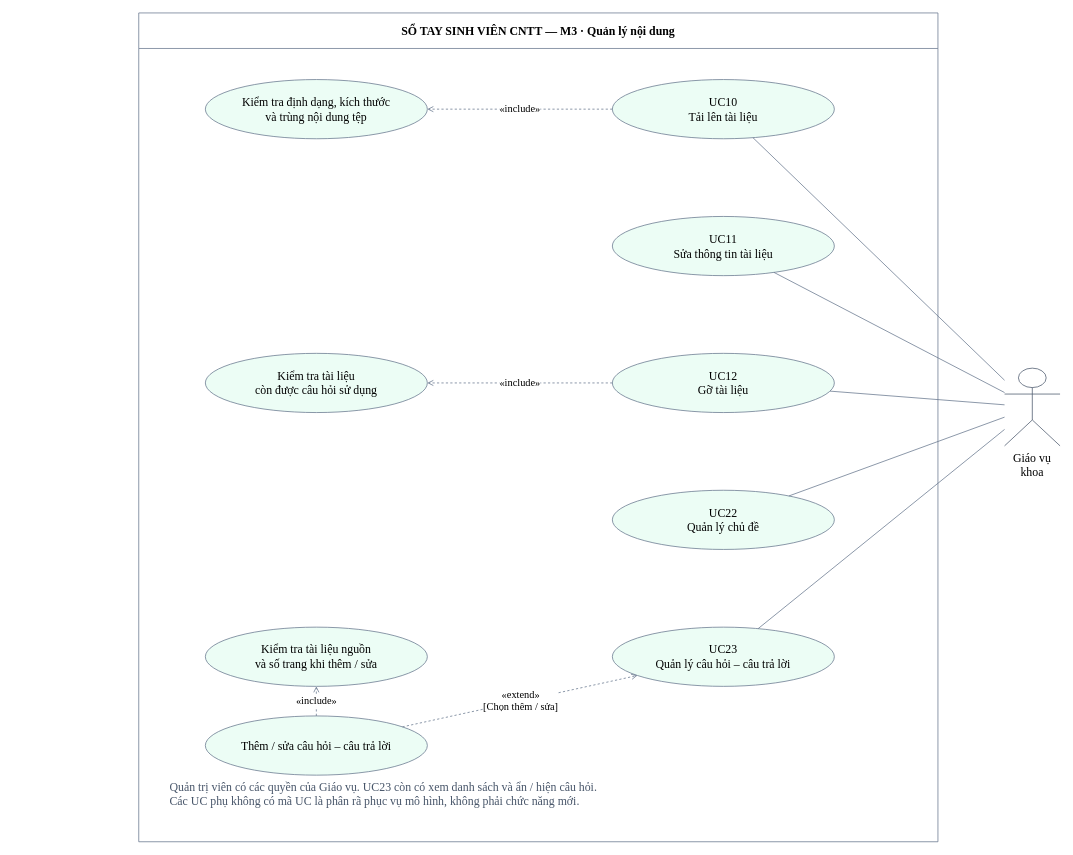
Before: page "M3 · Quản lý nội dung" (4 of 79) of docs/diagrams/so-do-he-thong.drawio in hominhduc-dev/So-Tay-Sinh-Vien-CNTT-DAU, a draw.io diagram. Source tidied: cells renumbered, new cells numbered last; positions are measured from the earlier drawing's top-left corner, leaving out a move shared by most shapes. Both pictures are drawn from the tidied source at 74%, with x=0, y=0 at pixel (138, 13).
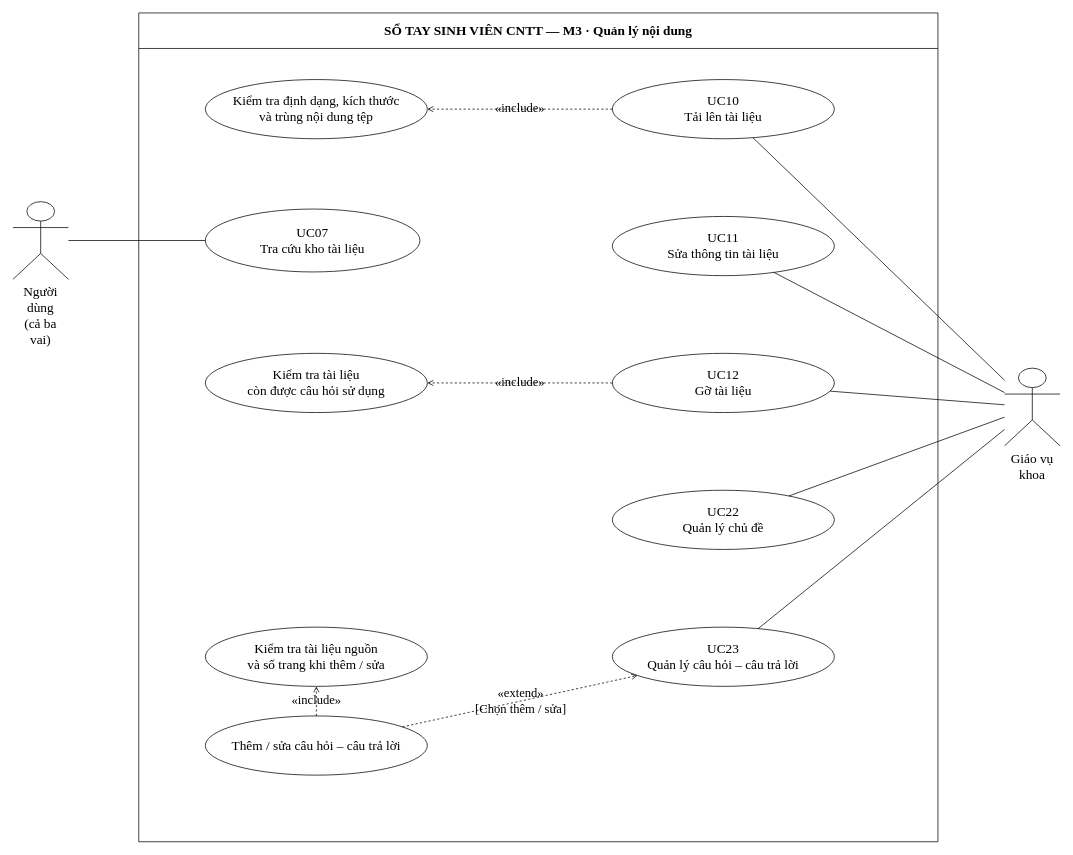
After the change.

Commit message (it also covers changes not shown here):
Hoàn thiện tài liệu: soát báo cáo, dọn tài liệu lỗi thời, cập nhật README

The edit, as a diff of the source:
```diff
@@
-    <mxCell id="2" value="SỔ TAY SINH VIÊN CNTT — M3 · Quản lý nội dung" style="swimlane;startSize=48;fillColor=#ffffff;swimlaneFillColor=#ffffff;strokeColor=#64748b;fontStyle=1;html=1;whiteSpace=wrap;fontFamily=Times New Roman;fontSize=16;" parent="1" vertex="1">
+    <mxCell id="2" value="SỔ TAY SINH VIÊN CNTT — M3 · Quản lý nội dung" style="swimlane;startSize=48;fillColor=none;swimlaneFillColor=none;strokeColor=#000000;fontStyle=1;html=1;whiteSpace=wrap;fontFamily=Times New Roman;fontSize=18;fontColor=#000000;" parent="1" vertex="1">
       <mxGeometry width="1080" height="1120" as="geometry" />
     </mxCell>
-    <mxCell id="3" value="Giáo vụ khoa" style="shape=umlActor;verticalLabelPosition=bottom;verticalAlign=top;fillColor=#ffffff;strokeColor=#475569;html=1;whiteSpace=wrap;fontFamily=Times New Roman;fontSize=16;" parent="1" vertex="1">
+    <mxCell id="3" value="Giáo vụ khoa" style="shape=umlActor;verticalLabelPosition=bottom;verticalAlign=top;fillColor=none;strokeColor=#000000;html=1;whiteSpace=wrap;fontFamily=Times New Roman;fontSize=18;fontColor=#000000;" parent="1" vertex="1">
       <mxGeometry x="1170" y="480" width="75" height="105" as="geometry" />
     </mxCell>
-    <mxCell id="4" value="UC10&lt;br&gt;Tải lên tài liệu" style="ellipse;fillColor=#ecfdf5;strokeColor=#64748b;html=1;whiteSpace=wrap;fontFamily=Times New Roman;fontSize=16;" parent="1" vertex="1">
+    <mxCell id="4" value="UC10&lt;br&gt;Tải lên tài liệu" style="ellipse;fillColor=none;strokeColor=#000000;html=1;whiteSpace=wrap;fontFamily=Times New Roman;fontSize=18;fontColor=#000000;" parent="1" vertex="1">
       <mxGeometry x="640" y="90" width="300" height="80" as="geometry" />
     </mxCell>
-    <mxCell id="5" style="html=1;endArrow=none;endFill=0;dashed=0;strokeColor=#64748b;fontFamily=Times New Roman;fontSize=14;labelBackgroundColor=#ffffff;" parent="1" edge="1" source="3" target="4">
+    <mxCell id="5" style="html=1;endArrow=none;endFill=0;dashed=0;strokeColor=#000000;fontFamily=Times New Roman;fontSize=14;labelBackgroundColor=none;fontColor=#000000;" parent="1" edge="1" source="3" target="4">
       <mxGeometry relative="1" as="geometry" />
     </mxCell>
-    <mxCell id="6" value="Kiểm tra định dạng, kích thước&lt;br&gt;và trùng nội dung tệp" style="ellipse;fillColor=#ecfdf5;strokeColor=#64748b;html=1;whiteSpace=wrap;fontFamily=Times New Roman;fontSize=16;" parent="1" vertex="1">
+    <mxCell id="6" value="Kiểm tra định dạng, kích thước&lt;br&gt;và trùng nội dung tệp" style="ellipse;fillColor=none;strokeColor=#000000;html=1;whiteSpace=wrap;fontFamily=Times New Roman;fontSize=18;fontColor=#000000;" parent="1" vertex="1">
       <mxGeometry x="90" y="90" width="300" height="80" as="geometry" />
     </mxCell>
-    <mxCell id="7" value="«include»" style="html=1;endArrow=open;endFill=0;dashed=1;strokeColor=#64748b;fontFamily=Times New Roman;fontSize=14;labelBackgroundColor=#ffffff;" parent="1" edge="1" source="4" target="6">
+    <mxCell id="7" value="«include»" style="html=1;endArrow=open;endFill=0;dashed=1;strokeColor=#000000;fontFamily=Times New Roman;fontSize=17;labelBackgroundColor=none;fontColor=#000000;" parent="1" edge="1" source="4" target="6">
       <mxGeometry relative="1" as="geometry" />
     </mxCell>
-    <mxCell id="8" value="UC11&lt;br&gt;Sửa thông tin tài liệu" style="ellipse;fillColor=#ecfdf5;strokeColor=#64748b;html=1;whiteSpace=wrap;fontFamily=Times New Roman;fontSize=16;" parent="1" vertex="1">
+    <mxCell id="8" value="UC11&lt;br&gt;Sửa thông tin tài liệu" style="ellipse;fillColor=none;strokeColor=#000000;html=1;whiteSpace=wrap;fontFamily=Times New Roman;fontSize=18;fontColor=#000000;" parent="1" vertex="1">
       <mxGeometry x="640" y="275" width="300" height="80" as="geometry" />
     </mxCell>
-    <mxCell id="9" style="html=1;endArrow=none;endFill=0;dashed=0;strokeColor=#64748b;fontFamily=Times New Roman;fontSize=14;labelBackgroundColor=#ffffff;" parent="1" edge="1" source="3" target="8">
+    <mxCell id="9" style="html=1;endArrow=none;endFill=0;dashed=0;strokeColor=#000000;fontFamily=Times New Roman;fontSize=14;labelBackgroundColor=none;fontColor=#000000;" parent="1" edge="1" source="3" target="8">
       <mxGeometry relative="1" as="geometry" />
     </mxCell>
-    <mxCell id="10" value="UC12&lt;br&gt;Gỡ tài liệu" style="ellipse;fillColor=#ecfdf5;strokeColor=#64748b;html=1;whiteSpace=wrap;fontFamily=Times New Roman;fontSize=16;" parent="1" vertex="1">
+    <mxCell id="10" value="UC12&lt;br&gt;Gỡ tài liệu" style="ellipse;fillColor=none;strokeColor=#000000;html=1;whiteSpace=wrap;fontFamily=Times New Roman;fontSize=18;fontColor=#000000;" parent="1" vertex="1">
       <mxGeometry x="640" y="460" width="300" height="80" as="geometry" />
     </mxCell>
-    <mxCell id="11" style="html=1;endArrow=none;endFill=0;dashed=0;strokeColor=#64748b;fontFamily=Times New Roman;fontSize=14;labelBackgroundColor=#ffffff;" parent="1" edge="1" source="3" target="10">
+    <mxCell id="11" style="html=1;endArrow=none;endFill=0;dashed=0;strokeColor=#000000;fontFamily=Times New Roman;fontSize=14;labelBackgroundColor=none;fontColor=#000000;" parent="1" edge="1" source="3" target="10">
       <mxGeometry relative="1" as="geometry" />
     </mxCell>
-    <mxCell id="12" value="Kiểm tra tài liệu&lt;br&gt;còn được câu hỏi sử dụng" style="ellipse;fillColor=#ecfdf5;strokeColor=#64748b;html=1;whiteSpace=wrap;fontFamily=Times New Roman;fontSize=16;" parent="1" vertex="1">
+    <mxCell id="12" value="Kiểm tra tài liệu&lt;br&gt;còn được câu hỏi sử dụng" style="ellipse;fillColor=none;strokeColor=#000000;html=1;whiteSpace=wrap;fontFamily=Times New Roman;fontSize=18;fontColor=#000000;" parent="1" vertex="1">
       <mxGeometry x="90" y="460" width="300" height="80" as="geometry" />
     </mxCell>
-    <mxCell id="13" value="«include»" style="html=1;endArrow=open;endFill=0;dashed=1;strokeColor=#64748b;fontFamily=Times New Roman;fontSize=14;labelBackgroundColor=#ffffff;" parent="1" edge="1" source="10" target="12">
+    <mxCell id="13" value="«include»" style="html=1;endArrow=open;endFill=0;dashed=1;strokeColor=#000000;fontFamily=Times New Roman;fontSize=17;labelBackgroundColor=none;fontColor=#000000;" parent="1" edge="1" source="10" target="12">
       <mxGeometry relative="1" as="geometry" />
     </mxCell>
-    <mxCell id="14" value="UC22&lt;br&gt;Quản lý chủ đề" style="ellipse;fillColor=#ecfdf5;strokeColor=#64748b;html=1;whiteSpace=wrap;fontFamily=Times New Roman;fontSize=16;" parent="1" vertex="1">
+    <mxCell id="14" value="UC22&lt;br&gt;Quản lý chủ đề" style="ellipse;fillColor=none;strokeColor=#000000;html=1;whiteSpace=wrap;fontFamily=Times New Roman;fontSize=18;fontColor=#000000;" parent="1" vertex="1">
       <mxGeometry x="640" y="645" width="300" height="80" as="geometry" />
     </mxCell>
-    <mxCell id="15" style="html=1;endArrow=none;endFill=0;dashed=0;strokeColor=#64748b;fontFamily=Times New Roman;fontSize=14;labelBackgroundColor=#ffffff;" parent="1" edge="1" source="3" target="14">
+    <mxCell id="15" style="html=1;endArrow=none;endFill=0;dashed=0;strokeColor=#000000;fontFamily=Times New Roman;fontSize=14;labelBackgroundColor=none;fontColor=#000000;" parent="1" edge="1" source="3" target="14">
       <mxGeometry relative="1" as="geometry" />
     </mxCell>
-    <mxCell id="16" value="UC23&lt;br&gt;Quản lý câu hỏi – câu trả lời" style="ellipse;fillColor=#ecfdf5;strokeColor=#64748b;html=1;whiteSpace=wrap;fontFamily=Times New Roman;fontSize=16;" parent="1" vertex="1">
+    <mxCell id="16" value="UC23&lt;br&gt;Quản lý câu hỏi – câu trả lời" style="ellipse;fillColor=none;strokeColor=#000000;html=1;whiteSpace=wrap;fontFamily=Times New Roman;fontSize=18;fontColor=#000000;" parent="1" vertex="1">
       <mxGeometry x="640" y="830" width="300" height="80" as="geometry" />
     </mxCell>
-    <mxCell id="17" style="html=1;endArrow=none;endFill=0;dashed=0;strokeColor=#64748b;fontFamily=Times New Roman;fontSize=14;labelBackgroundColor=#ffffff;" parent="1" edge="1" source="3" target="16">
+    <mxCell id="17" style="html=1;endArrow=none;endFill=0;dashed=0;strokeColor=#000000;fontFamily=Times New Roman;fontSize=14;labelBackgroundColor=none;fontColor=#000000;" parent="1" edge="1" source="3" target="16">
       <mxGeometry relative="1" as="geometry" />
     </mxCell>
-    <mxCell id="18" value="Kiểm tra tài liệu nguồn&lt;br&gt;và số trang khi thêm / sửa" style="ellipse;fillColor=#ecfdf5;strokeColor=#64748b;html=1;whiteSpace=wrap;fontFamily=Times New Roman;fontSize=16;" parent="1" vertex="1">
+    <mxCell id="18" value="Kiểm tra tài liệu nguồn&lt;br&gt;và số trang khi thêm / sửa" style="ellipse;fillColor=none;strokeColor=#000000;html=1;whiteSpace=wrap;fontFamily=Times New Roman;fontSize=18;fontColor=#000000;" parent="1" vertex="1">
       <mxGeometry x="90" y="830" width="300" height="80" as="geometry" />
     </mxCell>
-    <mxCell id="19" value="Thêm / sửa câu hỏi – câu trả lời" style="ellipse;fillColor=#ecfdf5;strokeColor=#64748b;html=1;whiteSpace=wrap;fontFamily=Times New Roman;fontSize=16;" parent="1" vertex="1">
+    <mxCell id="19" value="Thêm / sửa câu hỏi – câu trả lời" style="ellipse;fillColor=none;strokeColor=#000000;html=1;whiteSpace=wrap;fontFamily=Times New Roman;fontSize=18;fontColor=#000000;" parent="1" vertex="1">
       <mxGeometry x="90" y="950" width="300" height="80" as="geometry" />
     </mxCell>
-    <mxCell id="20" value="«extend»&lt;br&gt;[Chọn thêm / sửa]" style="html=1;endArrow=open;endFill=0;dashed=1;strokeColor=#64748b;fontFamily=Times New Roman;fontSize=14;labelBackgroundColor=#ffffff;" parent="1" edge="1" source="19" target="16">
+    <mxCell id="20" value="«extend»&lt;br&gt;[Chọn thêm / sửa]" style="html=1;endArrow=open;endFill=0;dashed=1;strokeColor=#000000;fontFamily=Times New Roman;fontSize=17;labelBackgroundColor=none;fontColor=#000000;" parent="1" edge="1" source="19" target="16">
       <mxGeometry relative="1" as="geometry" />
     </mxCell>
-    <mxCell id="21" value="«include»" style="html=1;endArrow=open;endFill=0;dashed=1;strokeColor=#64748b;fontFamily=Times New Roman;fontSize=14;labelBackgroundColor=#ffffff;" parent="1" edge="1" source="19" target="18">
+    <mxCell id="21" value="«include»" style="html=1;endArrow=open;endFill=0;dashed=1;strokeColor=#000000;fontFamily=Times New Roman;fontSize=17;labelBackgroundColor=none;fontColor=#000000;" parent="1" edge="1" source="19" target="18">
       <mxGeometry relative="1" as="geometry" />
     </mxCell>
-    <mxCell id="22" value="Quản trị viên có các quyền của Giáo vụ. UC23 còn có xem danh sách và ẩn / hiện câu hỏi.&lt;br&gt;Các UC phụ không có mã UC là phân rã phục vụ mô hình, không phải chức năng mới." style="text;align=left;verticalAlign=top;fontColor=#475569;html=1;whiteSpace=wrap;fontFamily=Times New Roman;fontSize=16;" parent="1" vertex="1">
-      <mxGeometry x="40" y="1030" width="1000" height="70" as="geometry" />
-    </mxCell>
+    <mxCell id="23" value="Người dùng&lt;br&gt;(cả ba vai)" style="shape=umlActor;verticalLabelPosition=bottom;verticalAlign=top;fillColor=none;strokeColor=#000000;html=1;whiteSpace=wrap;fontFamily=Times New Roman;fontSize=18;fontColor=#000000;" parent="1" vertex="1">
+      <mxGeometry x="-170" y="255" width="75" height="105" as="geometry" />
+    </mxCell>
+    <mxCell id="24" value="UC07&lt;br&gt;Tra cứu kho tài liệu" style="ellipse;fillColor=none;strokeColor=#000000;html=1;whiteSpace=wrap;fontFamily=Times New Roman;fontSize=18;fontColor=#000000;" parent="1" vertex="1">
+      <mxGeometry x="90" y="265" width="290" height="85" as="geometry" />
+    </mxCell>
+    <mxCell id="25" style="edgeStyle=orthogonalEdgeStyle;rounded=1;html=1;endArrow=open;strokeColor=#000000;labelBackgroundColor=none;fontFamily=Times New Roman;fontSize=14;endArrow=none;fontColor=#000000;" parent="1" edge="1" source="23" target="24">
+      <mxGeometry relative="1" as="geometry" />
+    </mxCell>
```
